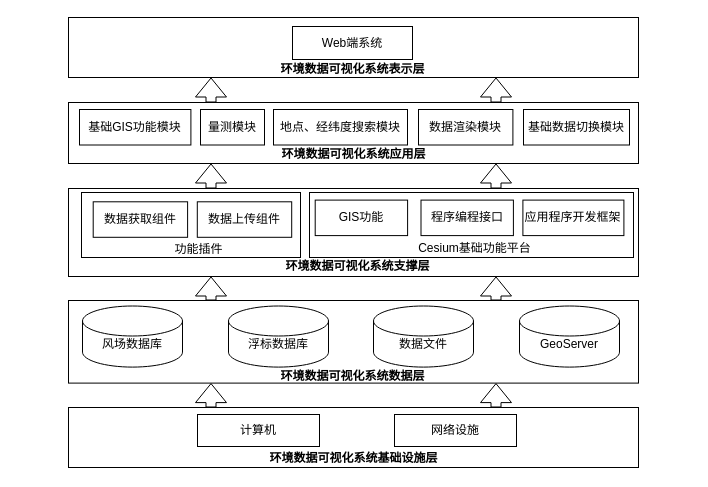
xiangsanliu/drawio keeps this draw.io diagram as architecture.drawio. Above is the earlier version. Source tidied: cells renumbered, new cells numbered last; positions are measured from the earlier drawing's top-left corner, leaving out a move shared by most shapes. Both pictures are drawn from the tidied source at 100%, with x=0, y=0 at pixel (68, 17).
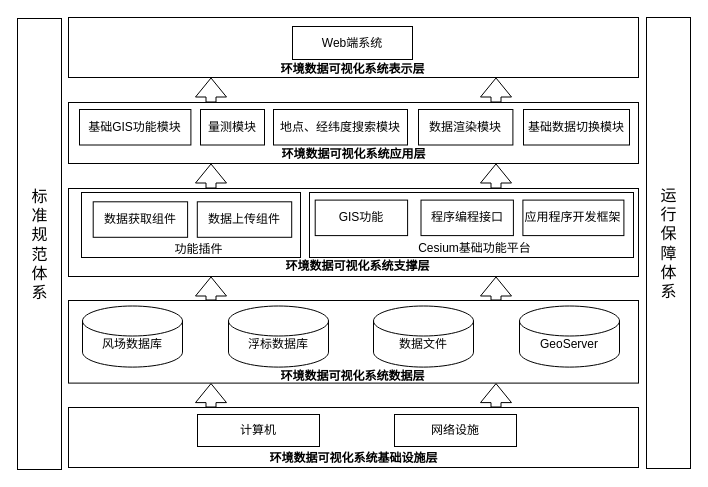
Above is the later version.

Change to the diagram source:
```diff
@@
+    <mxCell id="51" value="&lt;font style=&quot;font-size: 16px&quot;&gt;标准规范体系&lt;/font&gt;" style="rounded=0;whiteSpace=wrap;html=1;spacingLeft=10;spacingRight=9;" parent="1" vertex="1">
+      <mxGeometry x="-51" y="1" width="44" height="451" as="geometry" />
+    </mxCell>
+    <mxCell id="52" value="&lt;font size=&quot;3&quot;&gt;运行保障体系&lt;/font&gt;" style="rounded=0;whiteSpace=wrap;html=1;spacingLeft=10;spacingRight=9;" parent="1" vertex="1">
+      <mxGeometry x="578" width="44" height="451" as="geometry" />
+    </mxCell>
```
